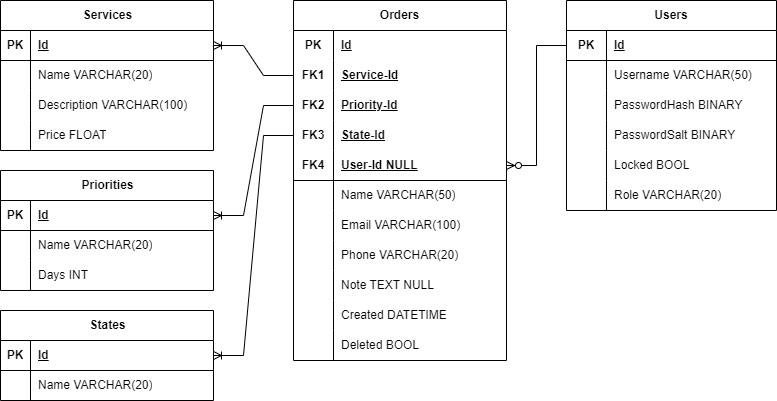
This is files/Bilder/Datenbankentwurf.drawio.png from fokklz/295-ski-service-management, a draw.io export, as it was before one commit. Source tidied: cells renumbered, new cells last; positions are measured from the earlier drawing's top-left corner, leaving out a move shared by most shapes.
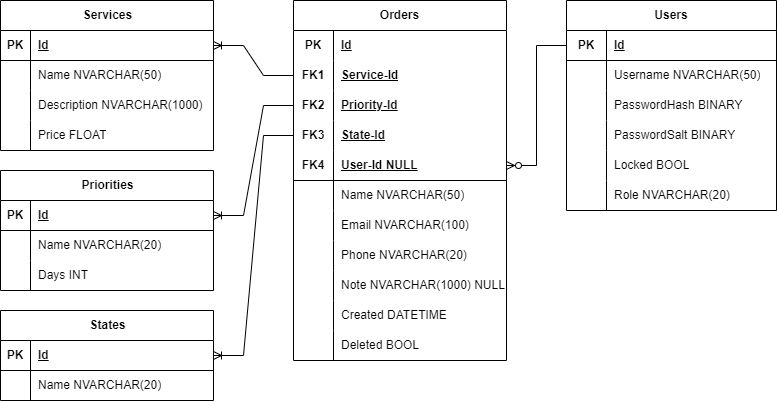
After the commit.

What changed in the source:
```diff
@@ -20,7 +20,7 @@
     <mxCell id="7" style="shape=partialRectangle;fillColor=none;top=0;left=0;bottom=0;right=0;overflow=hidden;whiteSpace=wrap;html=1;" parent="6" vertex="1">
       <mxGeometry width="30" height="30" as="geometry" />
     </mxCell>
-    <mxCell id="8" value="Name VARCHAR(20)" style="shape=partialRectangle;fillColor=none;top=0;left=0;bottom=0;right=0;align=left;spacingLeft=6;overflow=hidden;whiteSpace=wrap;html=1;" parent="6" vertex="1">
+    <mxCell id="8" value="Name NVARCHAR(50)" style="shape=partialRectangle;fillColor=none;top=0;left=0;bottom=0;right=0;align=left;spacingLeft=6;overflow=hidden;whiteSpace=wrap;html=1;" parent="6" vertex="1">
       <mxGeometry x="30" width="183" height="30" as="geometry" />
     </mxCell>
     <mxCell id="9" style="shape=tableRow;horizontal=0;startSize=0;swimlaneHead=0;swimlaneBody=0;fillColor=none;top=0;left=0;right=0;bottom=0;" parent="2" vertex="1">
@@ -29,7 +29,7 @@
     <mxCell id="10" style="shape=partialRectangle;fillColor=none;top=0;left=0;bottom=0;right=0;overflow=hidden;whiteSpace=wrap;html=1;" parent="9" vertex="1">
       <mxGeometry width="30" height="30" as="geometry" />
     </mxCell>
-    <mxCell id="11" value="Description VARCHAR(100)" style="shape=partialRectangle;fillColor=none;top=0;left=0;bottom=0;right=0;align=left;spacingLeft=6;overflow=hidden;whiteSpace=wrap;html=1;" parent="9" vertex="1">
+    <mxCell id="11" value="Description NVARCHAR(1000)" style="shape=partialRectangle;fillColor=none;top=0;left=0;bottom=0;right=0;align=left;spacingLeft=6;overflow=hidden;whiteSpace=wrap;html=1;" parent="9" vertex="1">
       <mxGeometry x="30" width="183" height="30" as="geometry" />
     </mxCell>
     <mxCell id="12" style="shape=tableRow;horizontal=0;startSize=0;swimlaneHead=0;swimlaneBody=0;fillColor=none;top=0;left=0;right=0;bottom=0;" parent="2" vertex="1">
@@ -59,7 +59,7 @@
     <mxCell id="20" style="shape=partialRectangle;fillColor=none;top=0;left=0;bottom=0;right=0;overflow=hidden;html=1;whiteSpace=wrap;" parent="19" vertex="1">
       <mxGeometry width="40" height="30" as="geometry" />
     </mxCell>
-    <mxCell id="21" value="Username VARCHAR(50)" style="shape=partialRectangle;fillColor=none;top=0;left=0;bottom=0;right=0;align=left;spacingLeft=6;overflow=hidden;html=1;whiteSpace=wrap;" parent="19" vertex="1">
+    <mxCell id="21" value="Username NVARCHAR(50)" style="shape=partialRectangle;fillColor=none;top=0;left=0;bottom=0;right=0;align=left;spacingLeft=6;overflow=hidden;html=1;whiteSpace=wrap;" parent="19" vertex="1">
       <mxGeometry x="40" width="170" height="30" as="geometry" />
     </mxCell>
     <mxCell id="22" style="shape=tableRow;horizontal=0;startSize=0;swimlaneHead=0;swimlaneBody=0;fillColor=none;top=0;left=0;right=0;bottom=0;html=1;" parent="15" vertex="1">
@@ -95,7 +95,7 @@
     <mxCell id="32" style="shape=partialRectangle;fillColor=none;top=0;left=0;bottom=0;right=0;overflow=hidden;html=1;whiteSpace=wrap;" parent="31" vertex="1">
       <mxGeometry width="40" height="30" as="geometry" />
     </mxCell>
-    <mxCell id="33" value="Role VARCHAR(20)" style="shape=partialRectangle;fillColor=none;top=0;left=0;bottom=0;right=0;align=left;spacingLeft=6;overflow=hidden;html=1;whiteSpace=wrap;" parent="31" vertex="1">
+    <mxCell id="33" value="Role NVARCHAR(20)" style="shape=partialRectangle;fillColor=none;top=0;left=0;bottom=0;right=0;align=left;spacingLeft=6;overflow=hidden;html=1;whiteSpace=wrap;" parent="31" vertex="1">
       <mxGeometry x="40" width="170" height="30" as="geometry" />
     </mxCell>
     <mxCell id="34" value="Orders" style="shape=table;startSize=30;rowLines=0;fontStyle=1;align=center;html=1;whiteSpace=wrap;" parent="1" vertex="1">
@@ -152,7 +152,7 @@
     <mxCell id="51" style="shape=partialRectangle;fillColor=none;top=0;left=0;bottom=0;right=0;overflow=hidden;html=1;whiteSpace=wrap;" parent="50" vertex="1">
       <mxGeometry width="40" height="30" as="geometry" />
     </mxCell>
-    <mxCell id="52" value="Name VARCHAR(50)" style="shape=partialRectangle;fillColor=none;top=0;left=0;bottom=0;right=0;align=left;spacingLeft=6;overflow=hidden;html=1;whiteSpace=wrap;" parent="50" vertex="1">
+    <mxCell id="52" value="Name NVARCHAR(50)" style="shape=partialRectangle;fillColor=none;top=0;left=0;bottom=0;right=0;align=left;spacingLeft=6;overflow=hidden;html=1;whiteSpace=wrap;" parent="50" vertex="1">
       <mxGeometry x="40" width="173" height="30" as="geometry" />
     </mxCell>
     <mxCell id="53" style="shape=tableRow;horizontal=0;startSize=0;swimlaneHead=0;swimlaneBody=0;fillColor=none;top=0;left=0;right=0;bottom=0;html=1;" parent="34" vertex="1">
@@ -161,7 +161,7 @@
     <mxCell id="54" style="shape=partialRectangle;fillColor=none;top=0;left=0;bottom=0;right=0;overflow=hidden;html=1;whiteSpace=wrap;" parent="53" vertex="1">
       <mxGeometry width="40" height="30" as="geometry" />
     </mxCell>
-    <mxCell id="55" value="Email VARCHAR(100)" style="shape=partialRectangle;fillColor=none;top=0;left=0;bottom=0;right=0;align=left;spacingLeft=6;overflow=hidden;html=1;whiteSpace=wrap;" parent="53" vertex="1">
+    <mxCell id="55" value="Email NVARCHAR(100)" style="shape=partialRectangle;fillColor=none;top=0;left=0;bottom=0;right=0;align=left;spacingLeft=6;overflow=hidden;html=1;whiteSpace=wrap;" parent="53" vertex="1">
       <mxGeometry x="40" width="173" height="30" as="geometry" />
     </mxCell>
     <mxCell id="56" style="shape=tableRow;horizontal=0;startSize=0;swimlaneHead=0;swimlaneBody=0;fillColor=none;top=0;left=0;right=0;bottom=0;html=1;" parent="34" vertex="1">
@@ -170,7 +170,7 @@
     <mxCell id="57" style="shape=partialRectangle;fillColor=none;top=0;left=0;bottom=0;right=0;overflow=hidden;html=1;whiteSpace=wrap;" parent="56" vertex="1">
       <mxGeometry width="40" height="30" as="geometry" />
     </mxCell>
-    <mxCell id="58" value="Phone VARCHAR(20)" style="shape=partialRectangle;fillColor=none;top=0;left=0;bottom=0;right=0;align=left;spacingLeft=6;overflow=hidden;html=1;whiteSpace=wrap;" parent="56" vertex="1">
+    <mxCell id="58" value="Phone NVARCHAR(20)" style="shape=partialRectangle;fillColor=none;top=0;left=0;bottom=0;right=0;align=left;spacingLeft=6;overflow=hidden;html=1;whiteSpace=wrap;" parent="56" vertex="1">
       <mxGeometry x="40" width="173" height="30" as="geometry" />
     </mxCell>
     <mxCell id="59" style="shape=tableRow;horizontal=0;startSize=0;swimlaneHead=0;swimlaneBody=0;fillColor=none;top=0;left=0;right=0;bottom=0;html=1;" parent="34" vertex="1">
@@ -179,7 +179,7 @@
     <mxCell id="60" style="shape=partialRectangle;fillColor=none;top=0;left=0;bottom=0;right=0;overflow=hidden;html=1;whiteSpace=wrap;" parent="59" vertex="1">
       <mxGeometry width="40" height="30" as="geometry" />
     </mxCell>
-    <mxCell id="61" value="Note TEXT NULL" style="shape=partialRectangle;fillColor=none;top=0;left=0;bottom=0;right=0;align=left;spacingLeft=6;overflow=hidden;html=1;whiteSpace=wrap;" parent="59" vertex="1">
+    <mxCell id="61" value="Note NVARCHAR(1000)&amp;nbsp;NULL" style="shape=partialRectangle;fillColor=none;top=0;left=0;bottom=0;right=0;align=left;spacingLeft=6;overflow=hidden;html=1;whiteSpace=wrap;" parent="59" vertex="1">
       <mxGeometry x="40" width="173" height="30" as="geometry" />
     </mxCell>
     <mxCell id="62" style="shape=tableRow;horizontal=0;startSize=0;swimlaneHead=0;swimlaneBody=0;fillColor=none;top=0;left=0;right=0;bottom=0;html=1;" parent="34" vertex="1">
@@ -218,7 +218,7 @@
     <mxCell id="73" style="shape=partialRectangle;fillColor=none;top=0;left=0;bottom=0;right=0;overflow=hidden;whiteSpace=wrap;html=1;" parent="72" vertex="1">
       <mxGeometry width="30" height="30" as="geometry" />
     </mxCell>
-    <mxCell id="74" value="Name VARCHAR(20)" style="shape=partialRectangle;fillColor=none;top=0;left=0;bottom=0;right=0;align=left;spacingLeft=6;overflow=hidden;whiteSpace=wrap;html=1;" parent="72" vertex="1">
+    <mxCell id="74" value="Name NVARCHAR(20)" style="shape=partialRectangle;fillColor=none;top=0;left=0;bottom=0;right=0;align=left;spacingLeft=6;overflow=hidden;whiteSpace=wrap;html=1;" parent="72" vertex="1">
       <mxGeometry x="30" width="183" height="30" as="geometry" />
     </mxCell>
     <mxCell id="75" style="shape=tableRow;horizontal=0;startSize=0;swimlaneHead=0;swimlaneBody=0;fillColor=none;top=0;left=0;right=0;bottom=0;" parent="68" vertex="1">
@@ -261,7 +261,7 @@
     <mxCell id="86" style="shape=partialRectangle;fillColor=none;top=0;left=0;bottom=0;right=0;overflow=hidden;whiteSpace=wrap;html=1;" parent="85" vertex="1">
       <mxGeometry width="30" height="30" as="geometry" />
     </mxCell>
-    <mxCell id="87" value="Name VARCHAR(20)" style="shape=partialRectangle;fillColor=none;top=0;left=0;bottom=0;right=0;align=left;spacingLeft=6;overflow=hidden;whiteSpace=wrap;html=1;" parent="85" vertex="1">
+    <mxCell id="87" value="Name NVARCHAR(20)" style="shape=partialRectangle;fillColor=none;top=0;left=0;bottom=0;right=0;align=left;spacingLeft=6;overflow=hidden;whiteSpace=wrap;html=1;" parent="85" vertex="1">
       <mxGeometry x="30" width="183" height="30" as="geometry" />
     </mxCell>
     <mxCell id="88" style="edgeStyle=entityRelationEdgeStyle;fontSize=12;html=1;endArrow=ERoneToMany;rounded=0;exitX=0;exitY=0.5;exitDx=0;exitDy=0;entryX=1;entryY=0.5;entryDx=0;entryDy=0;" parent="1" edge="1" source="44" target="82">
```
